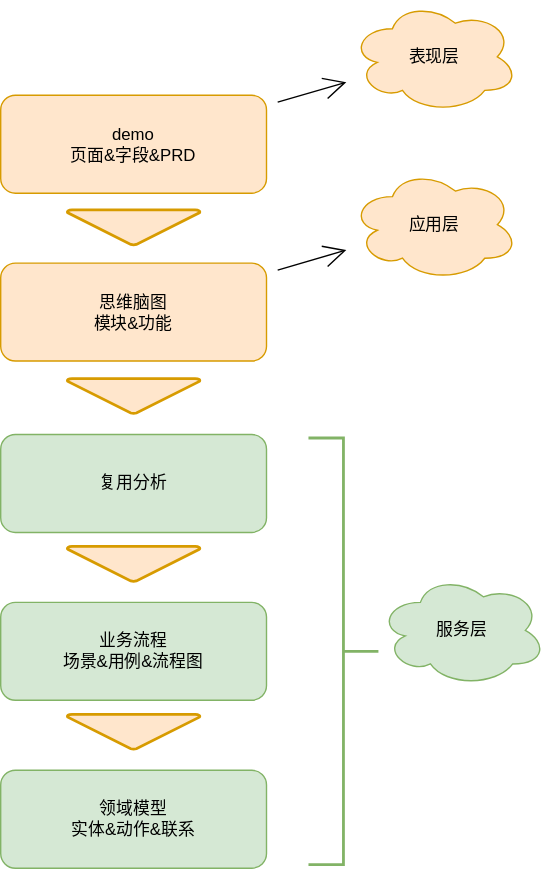
Before: ddm.drawio.svg, a diagram exported from draw.io (fsdmp/diagrams). Source tidied: cells renumbered, new cells last; positions are measured from the earlier drawing's top-left corner, leaving out a move shared by most shapes. Its diagram source:
```xml
<mxGraphModel>
  <root>
    <mxCell id="0" />
    <mxCell id="1" parent="0" />
    <mxCell id="2" value="业务流程&lt;br&gt;场景&amp;amp;用例&amp;amp;流程图&lt;br&gt;" style="rounded=1;whiteSpace=wrap;html=1;hachureGap=4;fillColor=#d5e8d4;strokeColor=#82b366;" parent="1" vertex="1">
      <mxGeometry y="430" width="190" height="70" as="geometry" />
    </mxCell>
    <mxCell id="3" value="领域模型&lt;br&gt;实体&amp;amp;动作&amp;amp;联系&lt;br&gt;" style="rounded=1;whiteSpace=wrap;html=1;hachureGap=4;fillColor=#d5e8d4;strokeColor=#82b366;" parent="1" vertex="1">
      <mxGeometry y="550" width="190" height="70" as="geometry" />
    </mxCell>
    <mxCell id="4" style="edgeStyle=none;curved=1;rounded=0;jettySize=auto;html=1;endArrow=open;startSize=14;endSize=14;sourcePerimeterSpacing=8;targetPerimeterSpacing=8;" parent="1" edge="1" source="5" target="12">
      <mxGeometry relative="1" as="geometry" />
    </mxCell>
    <mxCell id="5" value="思维脑图&lt;br&gt;模块&amp;amp;功能&lt;br&gt;" style="rounded=1;whiteSpace=wrap;html=1;hachureGap=4;fillColor=#ffe6cc;strokeColor=#d79b00;" parent="1" vertex="1">
      <mxGeometry y="187.5" width="190" height="70" as="geometry" />
    </mxCell>
    <mxCell id="6" style="edgeStyle=none;curved=1;rounded=0;jettySize=auto;html=1;endArrow=open;startSize=14;endSize=14;sourcePerimeterSpacing=8;targetPerimeterSpacing=8;" parent="1" edge="1" source="7" target="13">
      <mxGeometry relative="1" as="geometry" />
    </mxCell>
    <mxCell id="7" value="demo&lt;br&gt;页面&amp;amp;字段&amp;amp;PRD&lt;br&gt;" style="rounded=1;whiteSpace=wrap;html=1;hachureGap=4;fillColor=#ffe6cc;strokeColor=#d79b00;" parent="1" vertex="1">
      <mxGeometry y="67.5" width="190" height="70" as="geometry" />
    </mxCell>
    <mxCell id="8" style="strokeWidth=2;html=1;shape=mxgraph.flowchart.merge_or_storage;whiteSpace=wrap;hachureGap=4;fillColor=#ffe6cc;strokeColor=#d79b00;" parent="1" vertex="1">
      <mxGeometry x="47.5" y="510" width="95" height="25" as="geometry" />
    </mxCell>
    <mxCell id="9" style="strokeWidth=2;html=1;shape=mxgraph.flowchart.merge_or_storage;whiteSpace=wrap;hachureGap=4;fillColor=#ffe6cc;strokeColor=#d79b00;" parent="1" vertex="1">
      <mxGeometry x="47.5" y="270" width="95" height="25" as="geometry" />
    </mxCell>
    <mxCell id="10" style="strokeWidth=2;html=1;shape=mxgraph.flowchart.merge_or_storage;whiteSpace=wrap;hachureGap=4;fillColor=#ffe6cc;strokeColor=#d79b00;" parent="1" vertex="1">
      <mxGeometry x="47.5" y="149.5" width="95" height="25" as="geometry" />
    </mxCell>
    <mxCell id="11" value="服务层" style="ellipse;shape=cloud;whiteSpace=wrap;html=1;hachureGap=4;fillColor=#d5e8d4;strokeColor=#82b366;" parent="1" vertex="1">
      <mxGeometry x="270" y="410" width="120" height="80" as="geometry" />
    </mxCell>
    <mxCell id="12" value="应用层" style="ellipse;shape=cloud;whiteSpace=wrap;html=1;hachureGap=4;fillColor=#ffe6cc;strokeColor=#d79b00;" parent="1" vertex="1">
      <mxGeometry x="250" y="120" width="120" height="80" as="geometry" />
    </mxCell>
    <mxCell id="13" value="表现层" style="ellipse;shape=cloud;whiteSpace=wrap;html=1;hachureGap=4;fillColor=#ffe6cc;strokeColor=#d79b00;" parent="1" vertex="1">
      <mxGeometry x="250" width="120" height="80" as="geometry" />
    </mxCell>
    <mxCell id="14" value="复用分析&lt;br&gt;" style="rounded=1;whiteSpace=wrap;html=1;hachureGap=4;fillColor=#d5e8d4;strokeColor=#82b366;" parent="1" vertex="1">
      <mxGeometry y="310" width="190" height="70" as="geometry" />
    </mxCell>
    <mxCell id="15" style="strokeWidth=2;html=1;shape=mxgraph.flowchart.merge_or_storage;whiteSpace=wrap;hachureGap=4;fillColor=#ffe6cc;strokeColor=#d79b00;" parent="1" vertex="1">
      <mxGeometry x="47.5" y="390" width="95" height="25" as="geometry" />
    </mxCell>
    <mxCell id="16" style="strokeWidth=2;html=1;shape=mxgraph.flowchart.annotation_2;align=left;labelPosition=right;hachureGap=4;direction=west;fillColor=#d5e8d4;strokeColor=#82b366;" parent="1" vertex="1">
      <mxGeometry x="220" y="312.5" width="50" height="305" as="geometry" />
    </mxCell>
  </root>
</mxGraphModel>
```
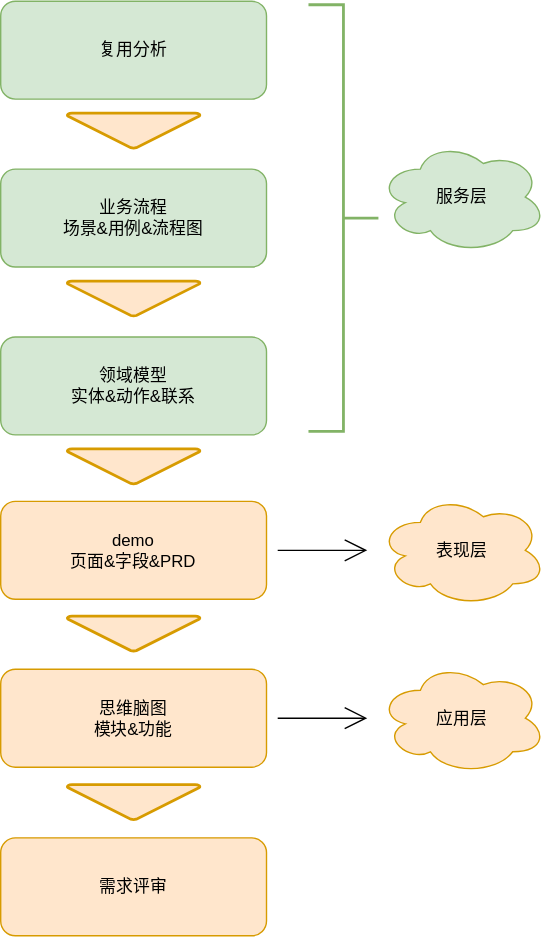
The same file after the commit.

The edit, as a diff of the source:
```diff
@@ -12,31 +12,31 @@
       <mxGeometry relative="1" as="geometry" />
     </mxCell>
     <mxCell id="5" value="思维脑图&lt;br&gt;模块&amp;amp;功能&lt;br&gt;" style="rounded=1;whiteSpace=wrap;html=1;hachureGap=4;fillColor=#ffe6cc;strokeColor=#d79b00;" parent="1" vertex="1">
-      <mxGeometry y="187.5" width="190" height="70" as="geometry" />
+      <mxGeometry y="787.5" width="190" height="70" as="geometry" />
     </mxCell>
     <mxCell id="6" style="edgeStyle=none;curved=1;rounded=0;jettySize=auto;html=1;endArrow=open;startSize=14;endSize=14;sourcePerimeterSpacing=8;targetPerimeterSpacing=8;" parent="1" edge="1" source="7" target="13">
       <mxGeometry relative="1" as="geometry" />
     </mxCell>
     <mxCell id="7" value="demo&lt;br&gt;页面&amp;amp;字段&amp;amp;PRD&lt;br&gt;" style="rounded=1;whiteSpace=wrap;html=1;hachureGap=4;fillColor=#ffe6cc;strokeColor=#d79b00;" parent="1" vertex="1">
-      <mxGeometry y="67.5" width="190" height="70" as="geometry" />
+      <mxGeometry y="667.5" width="190" height="70" as="geometry" />
     </mxCell>
     <mxCell id="8" style="strokeWidth=2;html=1;shape=mxgraph.flowchart.merge_or_storage;whiteSpace=wrap;hachureGap=4;fillColor=#ffe6cc;strokeColor=#d79b00;" parent="1" vertex="1">
       <mxGeometry x="47.5" y="510" width="95" height="25" as="geometry" />
     </mxCell>
     <mxCell id="9" style="strokeWidth=2;html=1;shape=mxgraph.flowchart.merge_or_storage;whiteSpace=wrap;hachureGap=4;fillColor=#ffe6cc;strokeColor=#d79b00;" parent="1" vertex="1">
-      <mxGeometry x="47.5" y="270" width="95" height="25" as="geometry" />
+      <mxGeometry x="47.5" y="630" width="95" height="25" as="geometry" />
     </mxCell>
     <mxCell id="10" style="strokeWidth=2;html=1;shape=mxgraph.flowchart.merge_or_storage;whiteSpace=wrap;hachureGap=4;fillColor=#ffe6cc;strokeColor=#d79b00;" parent="1" vertex="1">
-      <mxGeometry x="47.5" y="149.5" width="95" height="25" as="geometry" />
+      <mxGeometry x="47.5" y="749.5" width="95" height="25" as="geometry" />
     </mxCell>
     <mxCell id="11" value="服务层" style="ellipse;shape=cloud;whiteSpace=wrap;html=1;hachureGap=4;fillColor=#d5e8d4;strokeColor=#82b366;" parent="1" vertex="1">
       <mxGeometry x="270" y="410" width="120" height="80" as="geometry" />
     </mxCell>
     <mxCell id="12" value="应用层" style="ellipse;shape=cloud;whiteSpace=wrap;html=1;hachureGap=4;fillColor=#ffe6cc;strokeColor=#d79b00;" parent="1" vertex="1">
-      <mxGeometry x="250" y="120" width="120" height="80" as="geometry" />
+      <mxGeometry x="270" y="782.5" width="120" height="80" as="geometry" />
     </mxCell>
     <mxCell id="13" value="表现层" style="ellipse;shape=cloud;whiteSpace=wrap;html=1;hachureGap=4;fillColor=#ffe6cc;strokeColor=#d79b00;" parent="1" vertex="1">
-      <mxGeometry x="250" width="120" height="80" as="geometry" />
+      <mxGeometry x="270" y="662.5" width="120" height="80" as="geometry" />
     </mxCell>
     <mxCell id="14" value="复用分析&lt;br&gt;" style="rounded=1;whiteSpace=wrap;html=1;hachureGap=4;fillColor=#d5e8d4;strokeColor=#82b366;" parent="1" vertex="1">
       <mxGeometry y="310" width="190" height="70" as="geometry" />
@@ -47,5 +47,11 @@
     <mxCell id="16" style="strokeWidth=2;html=1;shape=mxgraph.flowchart.annotation_2;align=left;labelPosition=right;hachureGap=4;direction=west;fillColor=#d5e8d4;strokeColor=#82b366;" parent="1" vertex="1">
       <mxGeometry x="220" y="312.5" width="50" height="305" as="geometry" />
     </mxCell>
+    <mxCell id="17" value="需求评审&lt;br&gt;" style="rounded=1;whiteSpace=wrap;html=1;hachureGap=4;fillColor=#ffe6cc;strokeColor=#d79b00;" parent="1" vertex="1">
+      <mxGeometry y="908" width="190" height="70" as="geometry" />
+    </mxCell>
+    <mxCell id="18" style="strokeWidth=2;html=1;shape=mxgraph.flowchart.merge_or_storage;whiteSpace=wrap;hachureGap=4;fillColor=#ffe6cc;strokeColor=#d79b00;" parent="1" vertex="1">
+      <mxGeometry x="47.5" y="870" width="95" height="25" as="geometry" />
+    </mxCell>
   </root>
 </mxGraphModel>
```
